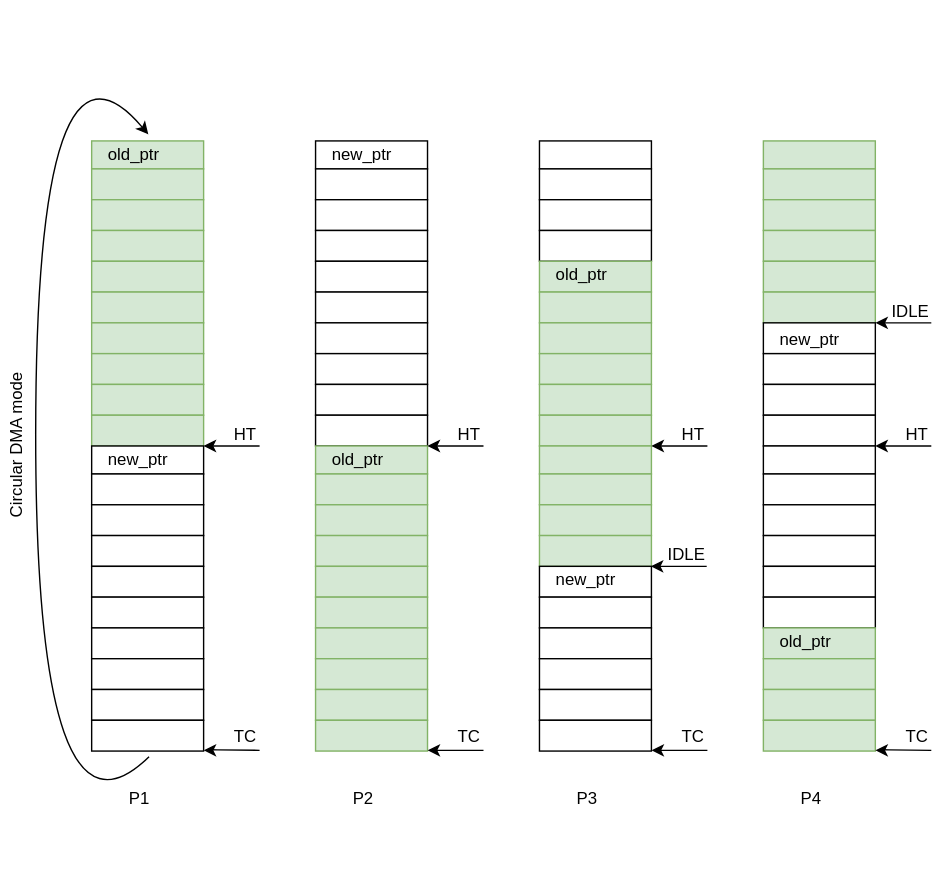
This is docs/dma_events.svg from MaJerle/stm32-usart-uart-dma-rx-tx, a draw.io export, as it was before one commit. Source tidied: cells renumbered, new cells last; positions are measured from the earlier drawing's top-left corner, leaving out a move shared by most shapes.
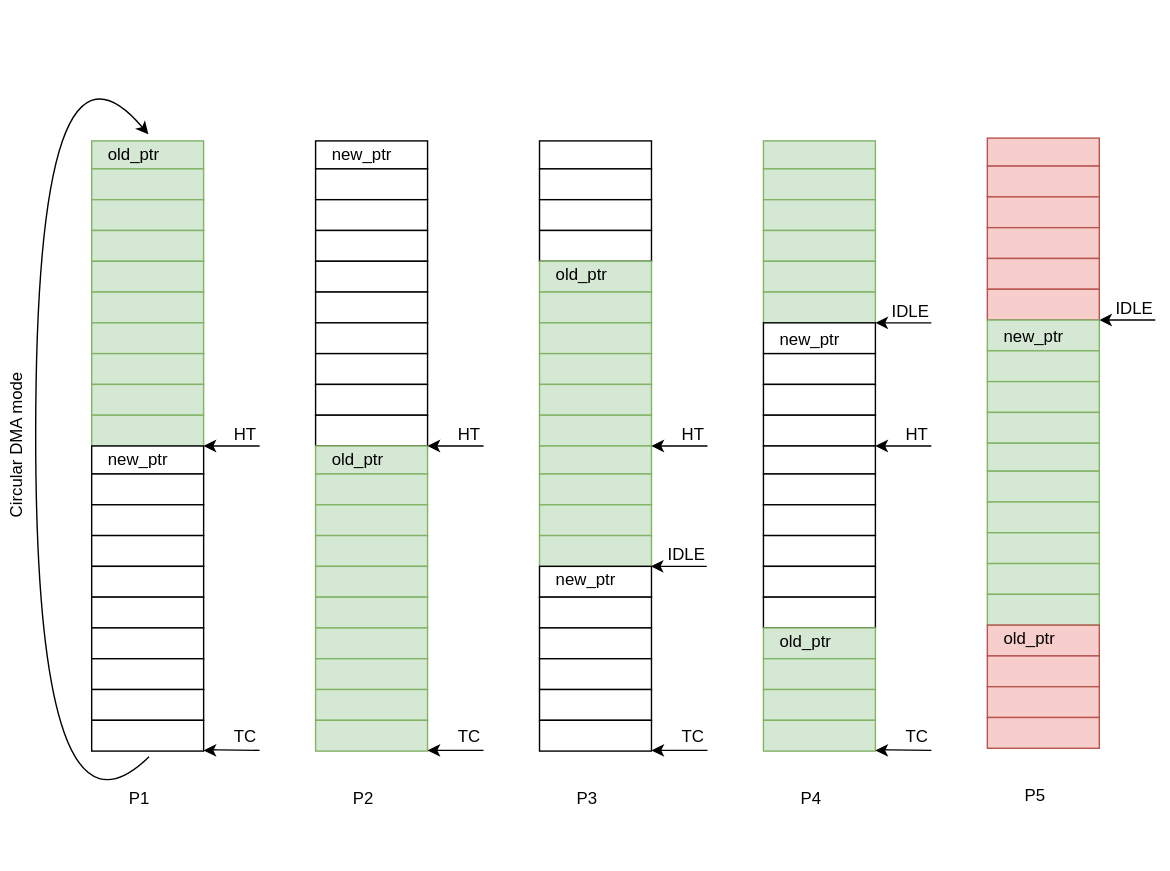
Above is the later version.

Commit message:
Add option without HT/TC events

Change to the diagram source:
```diff
@@ -386,5 +386,83 @@
     <mxCell id="115" value="Circular DMA mode" style="text;html=1;strokeColor=none;fillColor=none;align=center;verticalAlign=middle;whiteSpace=wrap;rounded=0;rotation=-90;" parent="1" vertex="1">
       <mxGeometry y="308" width="130" height="20" as="geometry" />
     </mxCell>
+    <mxCell id="116" style="rounded=0;whiteSpace=wrap;html=1;fillColor=#f8cecc;strokeColor=#b85450;" parent="1" vertex="1">
+      <mxGeometry x="760" y="98" width="80" height="20" as="geometry" />
+    </mxCell>
+    <mxCell id="117" style="rounded=0;whiteSpace=wrap;html=1;fillColor=#f8cecc;strokeColor=#b85450;" parent="1" vertex="1">
+      <mxGeometry x="760" y="118" width="80" height="22" as="geometry" />
+    </mxCell>
+    <mxCell id="118" style="rounded=0;whiteSpace=wrap;html=1;fillColor=#f8cecc;strokeColor=#b85450;" parent="1" vertex="1">
+      <mxGeometry x="760" y="140" width="80" height="22" as="geometry" />
+    </mxCell>
+    <mxCell id="119" style="rounded=0;whiteSpace=wrap;html=1;fillColor=#f8cecc;strokeColor=#b85450;" parent="1" vertex="1">
+      <mxGeometry x="760" y="162" width="80" height="22" as="geometry" />
+    </mxCell>
+    <mxCell id="120" style="rounded=0;whiteSpace=wrap;html=1;fillColor=#f8cecc;strokeColor=#b85450;" parent="1" vertex="1">
+      <mxGeometry x="760" y="184" width="80" height="22" as="geometry" />
+    </mxCell>
+    <mxCell id="121" style="rounded=0;whiteSpace=wrap;html=1;fillColor=#f8cecc;strokeColor=#b85450;" parent="1" vertex="1">
+      <mxGeometry x="760" y="206" width="80" height="22" as="geometry" />
+    </mxCell>
+    <mxCell id="122" style="rounded=0;whiteSpace=wrap;html=1;fillColor=#d5e8d4;strokeColor=#82b366;" parent="1" vertex="1">
+      <mxGeometry x="760" y="228" width="80" height="22" as="geometry" />
+    </mxCell>
+    <mxCell id="123" style="rounded=0;whiteSpace=wrap;html=1;fillColor=#d5e8d4;strokeColor=#82b366;" parent="1" vertex="1">
+      <mxGeometry x="760" y="250" width="80" height="22" as="geometry" />
+    </mxCell>
+    <mxCell id="124" style="rounded=0;whiteSpace=wrap;html=1;fillColor=#d5e8d4;strokeColor=#82b366;" parent="1" vertex="1">
+      <mxGeometry x="760" y="272" width="80" height="22" as="geometry" />
+    </mxCell>
+    <mxCell id="125" style="rounded=0;whiteSpace=wrap;html=1;fillColor=#d5e8d4;strokeColor=#82b366;" parent="1" vertex="1">
+      <mxGeometry x="760" y="294" width="80" height="22" as="geometry" />
+    </mxCell>
+    <mxCell id="126" style="rounded=0;whiteSpace=wrap;html=1;fillColor=#d5e8d4;strokeColor=#82b366;" parent="1" vertex="1">
+      <mxGeometry x="760" y="316" width="80" height="20" as="geometry" />
+    </mxCell>
+    <mxCell id="127" style="rounded=0;whiteSpace=wrap;html=1;fillColor=#d5e8d4;strokeColor=#82b366;" parent="1" vertex="1">
+      <mxGeometry x="760" y="336" width="80" height="22" as="geometry" />
+    </mxCell>
+    <mxCell id="128" style="rounded=0;whiteSpace=wrap;html=1;fillColor=#d5e8d4;strokeColor=#82b366;" parent="1" vertex="1">
+      <mxGeometry x="760" y="358" width="80" height="22" as="geometry" />
+    </mxCell>
+    <mxCell id="129" style="rounded=0;whiteSpace=wrap;html=1;fillColor=#d5e8d4;strokeColor=#82b366;" parent="1" vertex="1">
+      <mxGeometry x="760" y="380" width="80" height="22" as="geometry" />
+    </mxCell>
+    <mxCell id="130" style="rounded=0;whiteSpace=wrap;html=1;fillColor=#d5e8d4;strokeColor=#82b366;" parent="1" vertex="1">
+      <mxGeometry x="760" y="402" width="80" height="22" as="geometry" />
+    </mxCell>
+    <mxCell id="131" style="rounded=0;whiteSpace=wrap;html=1;fillColor=#d5e8d4;strokeColor=#82b366;" parent="1" vertex="1">
+      <mxGeometry x="760" y="424" width="80" height="22" as="geometry" />
+    </mxCell>
+    <mxCell id="132" style="rounded=0;whiteSpace=wrap;html=1;fillColor=#f8cecc;strokeColor=#b85450;" parent="1" vertex="1">
+      <mxGeometry x="760" y="446" width="80" height="22" as="geometry" />
+    </mxCell>
+    <mxCell id="133" style="rounded=0;whiteSpace=wrap;html=1;fillColor=#f8cecc;strokeColor=#b85450;" parent="1" vertex="1">
+      <mxGeometry x="760" y="468" width="80" height="22" as="geometry" />
+    </mxCell>
+    <mxCell id="134" style="rounded=0;whiteSpace=wrap;html=1;fillColor=#f8cecc;strokeColor=#b85450;" parent="1" vertex="1">
+      <mxGeometry x="760" y="490" width="80" height="22" as="geometry" />
+    </mxCell>
+    <mxCell id="135" style="rounded=0;whiteSpace=wrap;html=1;fillColor=#f8cecc;strokeColor=#b85450;" parent="1" vertex="1">
+      <mxGeometry x="760" y="512" width="80" height="22" as="geometry" />
+    </mxCell>
+    <mxCell id="136" value="old_ptr&lt;br&gt;" style="text;html=1;align=left;verticalAlign=top;spacingTop=-4;" parent="1" vertex="1">
+      <mxGeometry x="770" y="446" width="50" height="20" as="geometry" />
+    </mxCell>
+    <mxCell id="137" value="new_ptr&lt;br&gt;" style="text;html=1;align=left;verticalAlign=top;spacingTop=-4;" parent="1" vertex="1">
+      <mxGeometry x="770" y="230" width="60" height="20" as="geometry" />
+    </mxCell>
+    <mxCell id="138" style="endArrow=classic;html=1;" parent="1" edge="1">
+      <mxGeometry relative="1" as="geometry">
+        <mxPoint x="880" y="228" as="sourcePoint" />
+        <mxPoint x="840" y="228" as="targetPoint" />
+      </mxGeometry>
+    </mxCell>
+    <mxCell id="139" value="IDLE&lt;br&gt;" style="text;html=1;align=left;verticalAlign=top;spacingTop=-4;" parent="1" vertex="1">
+      <mxGeometry x="850" y="210" width="40" height="20" as="geometry" />
+    </mxCell>
+    <mxCell id="140" value="P5&lt;br&gt;" style="text;html=1;align=left;verticalAlign=top;spacingTop=-4;" parent="1" vertex="1">
+      <mxGeometry x="785" y="558" width="30" height="20" as="geometry" />
+    </mxCell>
   </root>
 </mxGraphModel>
```
